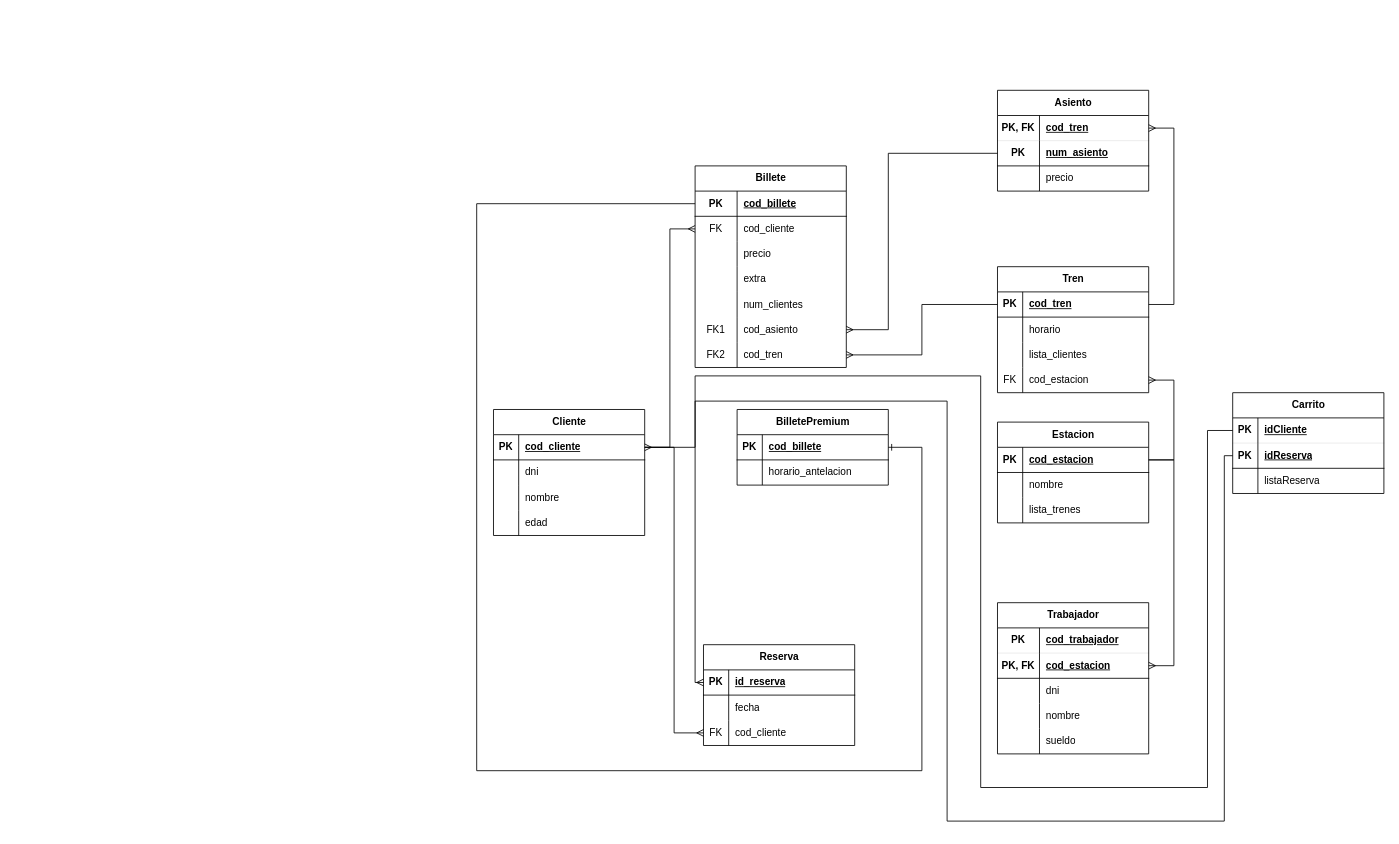
Above: Borrador proy final/DIagramaDraw_borrador.drawio in ruizlo04/BorradorProyectoFinal (draw.io), before the change. Source tidied: cells renumbered, new cells numbered last; positions are measured from the earlier drawing's top-left corner, leaving out a move shared by most shapes. Both pictures are drawn from the tidied source at 84%, with x=0, y=0 at pixel (476, 90).
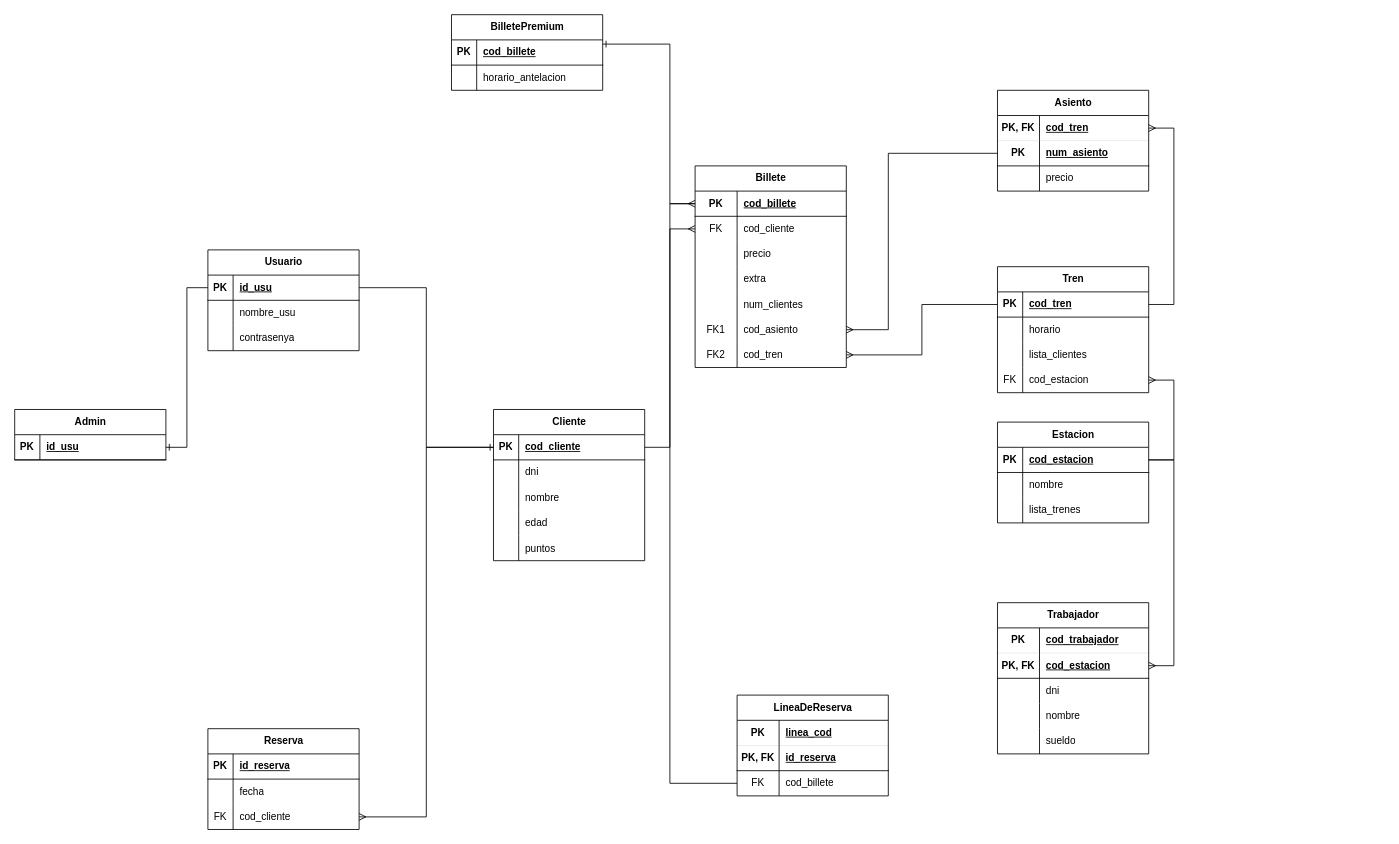
The same page after the edit.

Commit message (it also covers changes not shown here):
cambios en diagramas y en clases pojo

Unchanged cells that the change refers to:
```xml
<mxCell id="3" style="shape=tableRow;horizontal=0;startSize=0;swimlaneHead=0;swimlaneBody=0;fillColor=none;points=[[0,0.5],[1,0.5]];portConstraint=eastwest;top=0;left=0;right=0;bottom=1;" parent="2" vertex="1">
  <mxGeometry y="30" width="180" height="30" as="geometry" />
</mxCell>
<mxCell id="16" style="shape=tableRow;horizontal=0;startSize=0;swimlaneHead=0;swimlaneBody=0;fillColor=none;points=[[0,0.5],[1,0.5]];portConstraint=eastwest;top=0;left=0;right=0;bottom=1;" parent="15" vertex="1">
  <mxGeometry y="30" width="180" height="30" as="geometry" />
</mxCell>
<mxCell id="27" style="shape=tableRow;horizontal=0;startSize=0;swimlaneHead=0;swimlaneBody=0;fillColor=none;points=[[0,0.5],[1,0.5]];portConstraint=eastwest;top=0;left=0;right=0;bottom=1;" parent="26" vertex="1">
  <mxGeometry y="30" width="180" height="30" as="geometry" />
</mxCell>
<mxCell id="104" style="shape=tableRow;horizontal=0;startSize=0;swimlaneHead=0;swimlaneBody=0;fillColor=none;points=[[0,0.5],[1,0.5]];portConstraint=eastwest;top=0;left=0;right=0;bottom=1;" parent="103" vertex="1">
  <mxGeometry y="30" width="180" height="30" as="geometry" />
</mxCell>
```

Diff of the diagram source:
```diff
@@
     <mxCell id="2" value="Cliente" style="shape=table;startSize=30;childLayout=tableLayout;rowLines=0;fontStyle=1;align=center;html=1;" parent="1" vertex="1">
-      <mxGeometry x="20" y="380" width="180" height="150" as="geometry" />
+      <mxGeometry x="20" y="380" width="180" height="180" as="geometry" />
     </mxCell>
@@
+    <mxCell id="123" style="shape=tableRow;horizontal=0;startSize=0;swimlaneHead=0;swimlaneBody=0;fillColor=none;top=0;left=0;right=0;bottom=0;" parent="2" vertex="1">
+      <mxGeometry y="150" width="180" height="30" as="geometry" />
+    </mxCell>
+    <mxCell id="124" style="shape=partialRectangle;fillColor=none;top=0;left=0;bottom=0;right=0;overflow=hidden;" parent="123" vertex="1">
+      <mxGeometry width="30" height="30" as="geometry" />
+    </mxCell>
+    <mxCell id="125" value="puntos" style="shape=partialRectangle;fillColor=none;top=0;left=0;bottom=0;right=0;align=left;spacingLeft=6;overflow=hidden;" parent="123" vertex="1">
+      <mxGeometry x="30" width="150" height="30" as="geometry" />
+    </mxCell>
     <mxCell id="15" value="Reserva" style="shape=table;startSize=30;childLayout=tableLayout;rowLines=0;fontStyle=1;align=center;html=1;" parent="1" vertex="1">
-      <mxGeometry x="270" y="660" width="180" height="120" as="geometry" />
+      <mxGeometry x="-320" y="760" width="180" height="120" as="geometry" />
     </mxCell>
@@
     <mxCell id="103" value="BilletePremium" style="shape=table;startSize=30;childLayout=tableLayout;rowLines=0;fontStyle=1;align=center;html=1;" parent="1" vertex="1">
-      <mxGeometry x="310" y="380" width="180" height="90" as="geometry" />
+      <mxGeometry x="-30" y="-90" width="180" height="90" as="geometry" />
     </mxCell>
@@
     <mxCell id="110" style="edgeStyle=orthogonalEdgeStyle;fontSize=12;html=1;endArrow=ERone;endFill=1;rounded=0;" parent="1" edge="1" source="27" target="104">
       <mxGeometry relative="1" as="geometry">
         <Array as="points">
-          <mxPoint y="135" />
-          <mxPoint y="810" />
-          <mxPoint x="530" y="810" />
-          <mxPoint x="530" y="425" />
+          <mxPoint x="230" y="135" />
+          <mxPoint x="230" y="-55" />
         </Array>
       </mxGeometry>
     </mxCell>
-    <mxCell id="111" value="Carrito" style="shape=table;startSize=30;childLayout=tableLayout;rowLines=0;fontStyle=1;align=center;html=1;" parent="1" vertex="1">
-      <mxGeometry x="900" y="360" width="180" height="120" as="geometry" />
-    </mxCell>
+    <mxCell id="126" value="LineaDeReserva" style="shape=table;startSize=30;childLayout=tableLayout;rowLines=0;fontStyle=1;align=center;html=1;" parent="1" vertex="1">
+      <mxGeometry x="310" y="720" width="180" height="120" as="geometry" />
+    </mxCell>
-    <mxCell id="112" style="shape=tableRow;horizontal=0;startSize=0;swimlaneHead=0;swimlaneBody=0;fillColor=none;points=[[0,0.5],[1,0.5]];portConstraint=eastwest;top=0;left=0;right=0;bottom=1;strokeWidth=0;" parent="111" vertex="1">
+    <mxCell id="112" style="shape=tableRow;horizontal=0;startSize=0;swimlaneHead=0;swimlaneBody=0;fillColor=none;points=[[0,0.5],[1,0.5]];portConstraint=eastwest;top=0;left=0;right=0;bottom=1;strokeWidth=0;" parent="126" vertex="1">
       <mxGeometry y="30" width="180" height="30" as="geometry" />
     </mxCell>
-    <mxCell id="113" value="PK" style="shape=partialRectangle;fillColor=none;top=0;left=0;bottom=0;right=0;fontStyle=1;overflow=hidden;whiteSpace=wrap;html=1;" parent="112" vertex="1">
-      <mxGeometry width="30" height="30" as="geometry" />
-    </mxCell>
-    <mxCell id="114" value="idCliente" style="shape=partialRectangle;fillColor=none;top=0;left=0;bottom=0;right=0;align=left;spacingLeft=6;fontStyle=5;overflow=hidden;whiteSpace=wrap;html=1;" parent="112" vertex="1">
-      <mxGeometry x="30" width="150" height="30" as="geometry" />
-    </mxCell>
+    <mxCell id="127" value="PK" style="shape=partialRectangle;fillColor=none;top=0;left=0;bottom=0;right=0;fontStyle=1;overflow=hidden;whiteSpace=wrap;html=1;" parent="112" vertex="1">
+      <mxGeometry width="50" height="30" as="geometry" />
+    </mxCell>
+    <mxCell id="128" value="linea_cod" style="shape=partialRectangle;fillColor=none;top=0;left=0;bottom=0;right=0;align=left;spacingLeft=6;fontStyle=5;overflow=hidden;whiteSpace=wrap;html=1;" parent="112" vertex="1">
+      <mxGeometry x="50" width="130" height="30" as="geometry" />
+    </mxCell>
-    <mxCell id="115" style="shape=tableRow;horizontal=0;startSize=0;swimlaneHead=0;swimlaneBody=0;fillColor=none;points=[[0,0.5],[1,0.5]];portConstraint=eastwest;top=0;left=0;right=0;bottom=1;" parent="111" vertex="1">
+    <mxCell id="115" style="shape=tableRow;horizontal=0;startSize=0;swimlaneHead=0;swimlaneBody=0;fillColor=none;points=[[0,0.5],[1,0.5]];portConstraint=eastwest;top=0;left=0;right=0;bottom=1;" parent="126" vertex="1">
       <mxGeometry y="60" width="180" height="30" as="geometry" />
     </mxCell>
-    <mxCell id="116" value="PK" style="shape=partialRectangle;fillColor=none;top=0;left=0;bottom=0;right=0;fontStyle=1;overflow=hidden;whiteSpace=wrap;html=1;" parent="115" vertex="1">
-      <mxGeometry width="30" height="30" as="geometry" />
-    </mxCell>
-    <mxCell id="117" value="idReserva" style="shape=partialRectangle;fillColor=none;top=0;left=0;bottom=0;right=0;align=left;spacingLeft=6;fontStyle=5;overflow=hidden;whiteSpace=wrap;html=1;" parent="115" vertex="1">
-      <mxGeometry x="30" width="150" height="30" as="geometry" />
-    </mxCell>
-    <mxCell id="118" style="shape=tableRow;horizontal=0;startSize=0;swimlaneHead=0;swimlaneBody=0;fillColor=none;top=0;left=0;right=0;bottom=0;" parent="111" vertex="1">
-      <mxGeometry y="90" width="180" height="30" as="geometry" />
-    </mxCell>
-    <mxCell id="119" style="shape=partialRectangle;fillColor=none;top=0;left=0;bottom=0;right=0;overflow=hidden;whiteSpace=wrap;html=1;" parent="118" vertex="1">
-      <mxGeometry width="30" height="30" as="geometry" />
-    </mxCell>
-    <mxCell id="120" value="listaReserva" style="shape=partialRectangle;fillColor=none;top=0;left=0;bottom=0;right=0;align=left;spacingLeft=6;overflow=hidden;whiteSpace=wrap;html=1;" parent="118" vertex="1">
-      <mxGeometry x="30" width="150" height="30" as="geometry" />
-    </mxCell>
-    <mxCell id="121" style="edgeStyle=orthogonalEdgeStyle;fontSize=12;html=1;endArrow=ERmany;rounded=0;" parent="1" edge="1" source="112" target="3">
-      <mxGeometry relative="1" as="geometry">
-        <Array as="points">
-          <mxPoint x="870" y="405" />
-          <mxPoint x="870" y="830" />
-          <mxPoint x="600" y="830" />
-          <mxPoint x="600" y="340" />
-          <mxPoint x="260" y="340" />
-          <mxPoint x="260" y="425" />
-        </Array>
-      </mxGeometry>
-    </mxCell>
-    <mxCell id="122" style="edgeStyle=orthogonalEdgeStyle;fontSize=12;html=1;endArrow=ERmany;rounded=0;" parent="1" edge="1" source="115" target="16">
-      <mxGeometry relative="1" as="geometry">
-        <Array as="points">
-          <mxPoint x="890" y="435" />
-          <mxPoint x="890" y="870" />
-          <mxPoint x="560" y="870" />
-          <mxPoint x="560" y="370" />
-          <mxPoint x="260" y="370" />
-        </Array>
-      </mxGeometry>
-    </mxCell>
+    <mxCell id="129" value="PK, FK" style="shape=partialRectangle;fillColor=none;top=0;left=0;bottom=0;right=0;fontStyle=1;overflow=hidden;whiteSpace=wrap;html=1;" parent="115" vertex="1">
+      <mxGeometry width="50" height="30" as="geometry" />
+    </mxCell>
+    <mxCell id="130" value="id_reserva" style="shape=partialRectangle;fillColor=none;top=0;left=0;bottom=0;right=0;align=left;spacingLeft=6;fontStyle=5;overflow=hidden;whiteSpace=wrap;html=1;" parent="115" vertex="1">
+      <mxGeometry x="50" width="130" height="30" as="geometry" />
+    </mxCell>
+    <mxCell id="131" style="shape=tableRow;horizontal=0;startSize=0;swimlaneHead=0;swimlaneBody=0;fillColor=none;points=[[0,0.5],[1,0.5]];portConstraint=eastwest;top=0;left=0;right=0;bottom=0;" parent="126" vertex="1">
+      <mxGeometry y="90" width="180" height="30" as="geometry" />
+    </mxCell>
+    <mxCell id="132" value="FK" style="shape=partialRectangle;fillColor=none;top=0;left=0;bottom=0;right=0;overflow=hidden;whiteSpace=wrap;html=1;" parent="131" vertex="1">
+      <mxGeometry width="50" height="30" as="geometry" />
+    </mxCell>
+    <mxCell id="133" value="cod_billete" style="shape=partialRectangle;fillColor=none;top=0;left=0;bottom=0;right=0;align=left;spacingLeft=6;overflow=hidden;whiteSpace=wrap;html=1;" parent="131" vertex="1">
+      <mxGeometry x="50" width="130" height="30" as="geometry" />
+    </mxCell>
+    <mxCell id="134" style="edgeStyle=orthogonalEdgeStyle;fontSize=12;html=1;endArrow=ERmany;rounded=0;" parent="1" edge="1" source="131" target="27">
+      <mxGeometry relative="1" as="geometry">
+        <Array as="points">
+          <mxPoint x="230" y="825" />
+          <mxPoint x="230" y="135" />
+        </Array>
+      </mxGeometry>
+    </mxCell>
+    <mxCell id="135" value="Usuario" style="shape=table;startSize=30;childLayout=tableLayout;rowLines=0;fontStyle=1;align=center;html=1;" parent="1" vertex="1">
+      <mxGeometry x="-320" y="190" width="180" height="120" as="geometry" />
+    </mxCell>
+    <mxCell id="136" style="shape=tableRow;horizontal=0;startSize=0;swimlaneHead=0;swimlaneBody=0;fillColor=none;points=[[0,0.5],[1,0.5]];portConstraint=eastwest;top=0;left=0;right=0;bottom=1;" parent="135" vertex="1">
+      <mxGeometry y="30" width="180" height="30" as="geometry" />
+    </mxCell>
+    <mxCell id="137" value="PK" style="shape=partialRectangle;fillColor=none;top=0;left=0;bottom=0;right=0;fontStyle=1;overflow=hidden;whiteSpace=wrap;html=1;" parent="136" vertex="1">
+      <mxGeometry width="30" height="30" as="geometry" />
+    </mxCell>
+    <mxCell id="138" value="id_usu" style="shape=partialRectangle;fillColor=none;top=0;left=0;bottom=0;right=0;align=left;spacingLeft=6;fontStyle=5;overflow=hidden;whiteSpace=wrap;html=1;" parent="136" vertex="1">
+      <mxGeometry x="30" width="150" height="30" as="geometry" />
+    </mxCell>
+    <mxCell id="139" style="shape=tableRow;horizontal=0;startSize=0;swimlaneHead=0;swimlaneBody=0;fillColor=none;top=0;left=0;right=0;bottom=0;" parent="135" vertex="1">
+      <mxGeometry y="60" width="180" height="30" as="geometry" />
+    </mxCell>
+    <mxCell id="140" style="shape=partialRectangle;fillColor=none;top=0;left=0;bottom=0;right=0;overflow=hidden;whiteSpace=wrap;html=1;" parent="139" vertex="1">
+      <mxGeometry width="30" height="30" as="geometry" />
+    </mxCell>
+    <mxCell id="141" value="nombre_usu" style="shape=partialRectangle;fillColor=none;top=0;left=0;bottom=0;right=0;align=left;spacingLeft=6;overflow=hidden;whiteSpace=wrap;html=1;" parent="139" vertex="1">
+      <mxGeometry x="30" width="150" height="30" as="geometry" />
+    </mxCell>
+    <mxCell id="142" style="shape=tableRow;horizontal=0;startSize=0;swimlaneHead=0;swimlaneBody=0;fillColor=none;top=0;left=0;right=0;bottom=0;" parent="135" vertex="1">
+      <mxGeometry y="90" width="180" height="30" as="geometry" />
+    </mxCell>
+    <mxCell id="143" style="shape=partialRectangle;fillColor=none;top=0;left=0;bottom=0;right=0;overflow=hidden;whiteSpace=wrap;html=1;" parent="142" vertex="1">
+      <mxGeometry width="30" height="30" as="geometry" />
+    </mxCell>
+    <mxCell id="144" value="contrasenya" style="shape=partialRectangle;fillColor=none;top=0;left=0;bottom=0;right=0;align=left;spacingLeft=6;overflow=hidden;whiteSpace=wrap;html=1;" parent="142" vertex="1">
+      <mxGeometry x="30" width="150" height="30" as="geometry" />
+    </mxCell>
+    <mxCell id="145" style="edgeStyle=orthogonalEdgeStyle;fontSize=12;html=1;endArrow=ERone;endFill=1;rounded=0;" parent="1" edge="1" source="136" target="3">
+      <mxGeometry relative="1" as="geometry" />
+    </mxCell>
+    <mxCell id="146" value="Admin" style="shape=table;startSize=30;childLayout=tableLayout;rowLines=0;fontStyle=1;align=center;html=1;" parent="1" vertex="1">
+      <mxGeometry x="-550" y="380" width="180" height="60" as="geometry" />
+    </mxCell>
+    <mxCell id="147" style="shape=tableRow;horizontal=0;startSize=0;swimlaneHead=0;swimlaneBody=0;fillColor=none;points=[[0,0.5],[1,0.5]];portConstraint=eastwest;top=0;left=0;right=0;bottom=1;" parent="146" vertex="1">
+      <mxGeometry y="30" width="180" height="30" as="geometry" />
+    </mxCell>
+    <mxCell id="148" value="PK" style="shape=partialRectangle;fillColor=none;top=0;left=0;bottom=0;right=0;fontStyle=1;overflow=hidden;whiteSpace=wrap;html=1;" parent="147" vertex="1">
+      <mxGeometry width="30" height="30" as="geometry" />
+    </mxCell>
+    <mxCell id="149" value="id_usu" style="shape=partialRectangle;fillColor=none;top=0;left=0;bottom=0;right=0;align=left;spacingLeft=6;fontStyle=5;overflow=hidden;whiteSpace=wrap;html=1;" parent="147" vertex="1">
+      <mxGeometry x="30" width="150" height="30" as="geometry" />
+    </mxCell>
+    <mxCell id="150" style="edgeStyle=orthogonalEdgeStyle;fontSize=12;html=1;endArrow=ERone;endFill=1;rounded=0;exitX=0;exitY=0.5;exitDx=0;exitDy=0;" parent="1" edge="1" source="136" target="147">
+      <mxGeometry relative="1" as="geometry" />
+    </mxCell>
```
